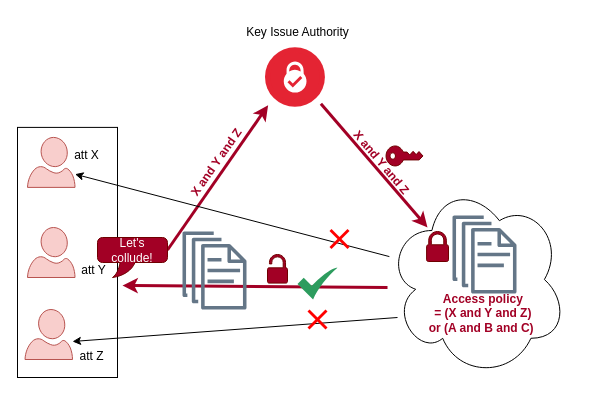
Before: AttackABE.drawio in huyle84/diagrams, a draw.io diagram. Source tidied: cells renumbered, new cells numbered last; positions are measured from the earlier drawing's top-left corner, leaving out a move shared by most shapes. Both pictures are drawn from the tidied source at 100%, with x=0, y=0 at pixel (17, 17).
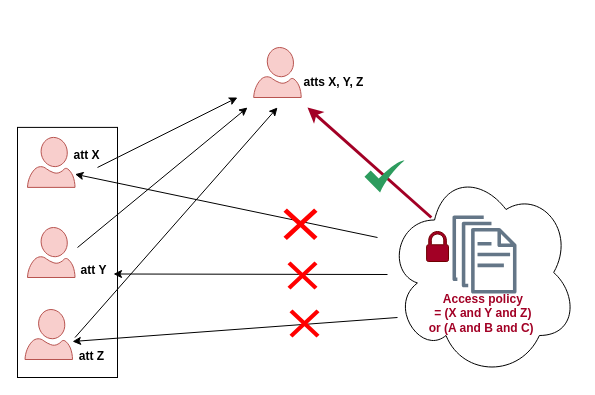
The same page after the edit.

The edit, as a diff of the source:
```diff
@@
     <mxCell id="3" style="ellipse;shape=cloud;whiteSpace=wrap;html=1;" parent="1" vertex="1">
-      <mxGeometry x="369.4" y="164" width="180" height="196" as="geometry" />
+      <mxGeometry x="369.4" y="150" width="190.6" height="210" as="geometry" />
     </mxCell>
@@
-    <mxCell id="9" value="att X" style="text;html=1;align=center;verticalAlign=middle;points=[];strokeColor=none;fillColor=none;" parent="1" vertex="1">
+    <mxCell id="9" value="att X" style="text;html=1;align=center;verticalAlign=middle;points=[];strokeColor=none;fillColor=none;fontStyle=1;" parent="1" vertex="1">
       <mxGeometry x="44" y="122.9" width="50" height="30" as="geometry" />
     </mxCell>
-    <mxCell id="10" value="att Y" style="text;html=1;align=center;verticalAlign=middle;strokeColor=none;fillColor=none;" parent="1" vertex="1">
+    <mxCell id="10" value="att Y" style="text;html=1;align=center;verticalAlign=middle;strokeColor=none;fillColor=none;fontStyle=1;" parent="1" vertex="1">
       <mxGeometry x="51" y="238" width="50" height="30" as="geometry" />
     </mxCell>
-    <mxCell id="11" value="att Z" style="text;html=1;align=center;verticalAlign=middle;strokeColor=none;fillColor=none;" parent="1" vertex="1">
+    <mxCell id="11" value="att Z" style="text;html=1;align=center;verticalAlign=middle;strokeColor=none;fillColor=none;fontStyle=1;" parent="1" vertex="1">
       <mxGeometry x="49" y="324" width="50" height="30" as="geometry" />
     </mxCell>
@@
-    <mxCell id="13" style="sketch=0;shadow=0;dashed=0;html=1;strokeColor=#6F0000;labelPosition=center;verticalLabelPosition=bottom;verticalAlign=top;align=center;shape=mxgraph.office.security.key_permissions;fillColor=#a20025;rotation=-90;fontColor=#ffffff;" parent="1" vertex="1">
-      <mxGeometry x="377" y="120" width="20" height="36.9" as="geometry" />
-    </mxCell>
-    <mxCell id="14" style="endArrow=classic;html=1;rounded=0;exitX=0.167;exitY=1.133;exitDx=0;exitDy=0;exitPerimeter=0;strokeWidth=3;strokeColor=#A20025;" parent="1" edge="1">
+    <mxCell id="14" style="endArrow=classic;html=1;rounded=0;strokeWidth=3;strokeColor=#A20025;" parent="1" edge="1">
       <mxGeometry relative="1" as="geometry">
-        <mxPoint x="303.4" y="86.2" as="sourcePoint" />
-        <mxPoint x="410" y="210" as="targetPoint" />
+        <mxPoint x="413.8" y="200" as="sourcePoint" />
+        <mxPoint x="290" y="90" as="targetPoint" />
       </mxGeometry>
     </mxCell>
-    <mxCell id="15" style="endArrow=classic;html=1;rounded=0;entryX=0.044;entryY=0.961;entryDx=0;entryDy=0;exitX=0;exitY=0;exitDx=70;exitDy=12.5;exitPerimeter=0;entryPerimeter=0;strokeWidth=3;fillColor=#a20025;strokeColor=#A20025;" parent="1" edge="1" source="18" target="20">
-      <mxGeometry relative="1" as="geometry" />
-    </mxCell>
-    <mxCell id="16" value="&lt;font color=&quot;#a20025&quot;&gt;X and Y and Z&lt;/font&gt;" style="text;html=1;align=center;verticalAlign=middle;strokeColor=none;fillColor=none;rotation=-55;fontStyle=1;" parent="1" vertex="1">
-      <mxGeometry x="148.5" y="130.7" width="100" height="30" as="geometry" />
-    </mxCell>
-    <mxCell id="17" style="endArrow=classic;html=1;rounded=0;strokeWidth=3;strokeColor=#A20025;" parent="1" edge="1">
-      <mxGeometry relative="1" as="geometry">
-        <mxPoint x="370" y="270" as="sourcePoint" />
-        <mxPoint x="105" y="268" as="targetPoint" />
-      </mxGeometry>
-    </mxCell>
-    <mxCell id="18" value="Let's collude!" style="whiteSpace=wrap;html=1;shape=mxgraph.basic.roundRectCallout;dx=30;dy=15;size=5;boundedLbl=1;fillColor=#a20025;strokeColor=#6F0000;fontColor=#ffffff;" parent="1" vertex="1">
-      <mxGeometry x="80" y="220" width="70" height="40" as="geometry" />
-    </mxCell>
-    <mxCell id="19" style="sketch=0;shadow=0;dashed=0;html=1;strokeColor=#6F0000;fillColor=#a20025;labelPosition=center;verticalLabelPosition=bottom;verticalAlign=top;align=center;shape=mxgraph.office.security.lock_unprotected;fontColor=#ffffff;" parent="1" vertex="1">
-      <mxGeometry x="250" y="237" width="20" height="28.6" as="geometry" />
-    </mxCell>
-    <mxCell id="20" style="image;perimeter=ellipsePerimeter;html=1;align=center;shadow=0;dashed=0;fontColor=#4277BB;labelBackgroundColor=default;fontSize=12;spacingTop=3;image=img/lib/ibm/blockchain/certificate_authority.svg;" parent="1" vertex="1">
-      <mxGeometry x="248" y="30" width="60" height="60" as="geometry" />
-    </mxCell>
-    <mxCell id="21" value="Key Issue Authority" style="text;html=1;align=center;verticalAlign=middle;strokeColor=none;fillColor=none;" parent="1" vertex="1">
-      <mxGeometry x="215" width="130" height="30" as="geometry" />
-    </mxCell>
-    <mxCell id="22" value="&lt;font color=&quot;#a20025&quot;&gt;X and Y and Z&lt;/font&gt;" style="text;html=1;align=center;verticalAlign=middle;strokeColor=none;fillColor=none;rotation=50;fontStyle=1;" parent="1" vertex="1">
-      <mxGeometry x="314" y="129.9" width="100" height="30" as="geometry" />
-    </mxCell>
-    <mxCell id="23" style="sketch=0;dashed=0;verticalLabelPosition=bottom;verticalAlign=top;align=center;html=1;fontSize=12;fontStyle=0;shape=mxgraph.aws4.documents;fillColor=#647687;strokeColor=#314354;fontColor=#ffffff;" parent="1" vertex="1">
-      <mxGeometry x="165" y="214" width="64" height="78" as="geometry" />
-    </mxCell>
@@
     <mxCell id="25" style="shape=mxgraph.mockup.markup.redX;fillColor=#ff0000;html=1;shadow=0;whiteSpace=wrap;strokeColor=none;" parent="1" vertex="1">
-      <mxGeometry x="290" y="292" width="20" height="20" as="geometry" />
+      <mxGeometry x="272" y="292" width="30" height="28" as="geometry" />
     </mxCell>
     <mxCell id="26" style="sketch=0;html=1;strokeColor=none;shadow=0;align=center;fillColor=#2D9C5E;verticalAlign=top;labelPosition=center;verticalLabelPosition=bottom;shape=mxgraph.gcp2.check;" parent="1" vertex="1">
-      <mxGeometry x="280" y="250" width="40" height="32" as="geometry" />
+      <mxGeometry x="347" y="142.9" width="40" height="32" as="geometry" />
     </mxCell>
-    <mxCell id="27" style="endArrow=classic;html=1;rounded=0;" parent="1" edge="1" source="3">
+    <mxCell id="27" style="endArrow=classic;html=1;rounded=0;" parent="1" edge="1">
       <mxGeometry relative="1" as="geometry">
+        <mxPoint x="360" y="220" as="sourcePoint" />
         <mxPoint x="57.5" y="156.7" as="targetPoint" />
       </mxGeometry>
     </mxCell>
     <mxCell id="28" style="shape=mxgraph.mockup.markup.redX;fillColor=#ff0000;html=1;shadow=0;whiteSpace=wrap;strokeColor=none;" parent="1" vertex="1">
-      <mxGeometry x="312" y="211.4" width="20" height="20" as="geometry" />
+      <mxGeometry x="266" y="191" width="34" height="31.4" as="geometry" />
     </mxCell>
+    <mxCell id="29" style="verticalLabelPosition=bottom;html=1;verticalAlign=top;align=center;strokeColor=#b85450;fillColor=#f8cecc;shape=mxgraph.azure.user;" parent="1" vertex="1">
+      <mxGeometry x="236.2" y="30" width="47.5" height="50" as="geometry" />
+    </mxCell>
+    <mxCell id="30" value="atts X, Y, Z" style="text;html=1;align=center;verticalAlign=middle;strokeColor=none;fillColor=none;fontStyle=1;" parent="1" vertex="1">
+      <mxGeometry x="276" y="50" width="80" height="30" as="geometry" />
+    </mxCell>
+    <mxCell id="31" style="endArrow=classic;html=1;rounded=0;" parent="1" edge="1">
+      <mxGeometry relative="1" as="geometry">
+        <mxPoint x="370" y="257" as="sourcePoint" />
+        <mxPoint x="96" y="256.5" as="targetPoint" />
+      </mxGeometry>
+    </mxCell>
+    <mxCell id="32" style="shape=mxgraph.mockup.markup.redX;fillColor=#ff0000;html=1;shadow=0;whiteSpace=wrap;strokeColor=none;" parent="1" vertex="1">
+      <mxGeometry x="270" y="244" width="30" height="28" as="geometry" />
+    </mxCell>
+    <mxCell id="33" style="endArrow=classic;html=1;rounded=0;" parent="1" edge="1">
+      <mxGeometry relative="1" as="geometry">
+        <mxPoint x="60" y="230" as="sourcePoint" />
+        <mxPoint x="230" y="90" as="targetPoint" />
+      </mxGeometry>
+    </mxCell>
+    <mxCell id="34" style="endArrow=classic;html=1;rounded=0;" parent="1" edge="1">
+      <mxGeometry relative="1" as="geometry">
+        <mxPoint x="57.5" y="320" as="sourcePoint" />
+        <mxPoint x="260" y="90" as="targetPoint" />
+      </mxGeometry>
+    </mxCell>
+    <mxCell id="35" style="endArrow=classic;html=1;rounded=0;exitX=0.72;exitY=0.902;exitDx=0;exitDy=0;exitPerimeter=0;" parent="1" edge="1" source="9">
+      <mxGeometry relative="1" as="geometry">
+        <mxPoint x="220" y="80" as="targetPoint" />
+      </mxGeometry>
+    </mxCell>
```
